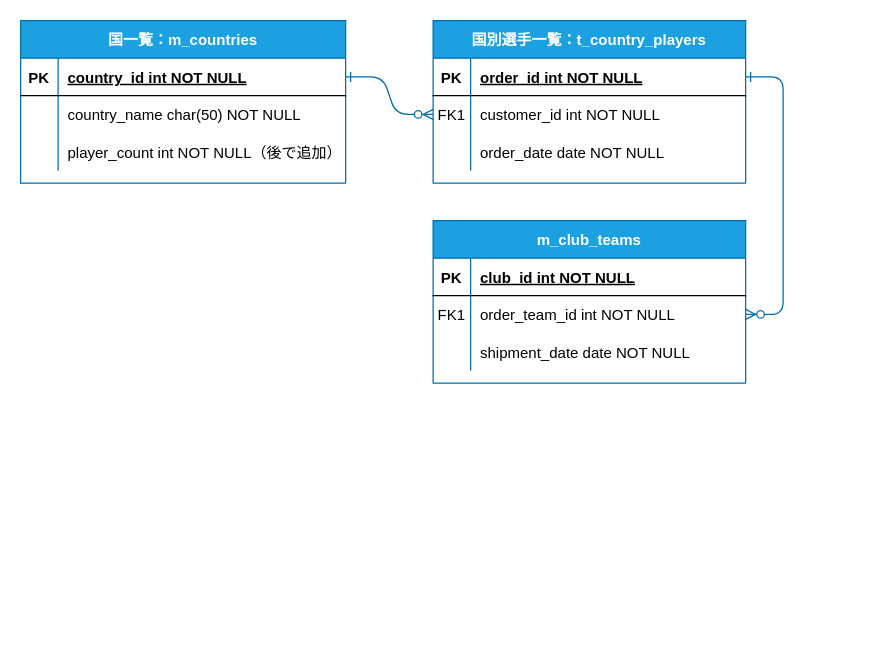
This is ER図.dio from n-masayoshi/laravel_crud, a draw.io file, before an edit. Source tidied: cells renumbered, new cells numbered last; positions are measured from the earlier drawing's top-left corner, leaving out a move shared by most shapes. Both pictures are drawn from the tidied source at 125%, with x=0, y=0 at pixel (20, 20).
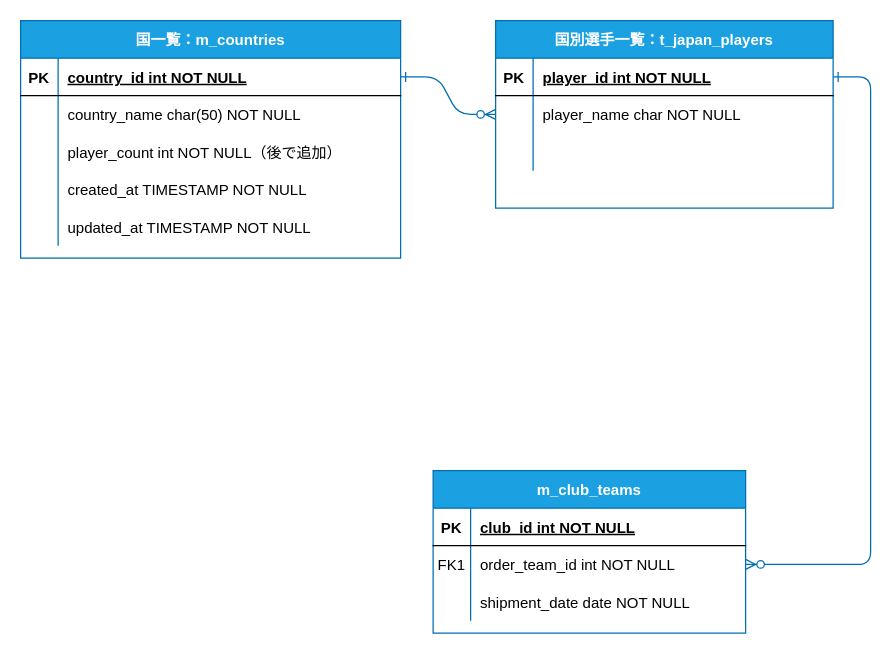
After the change.

Diff of the diagram source:
```diff
@@
-    <mxCell id="4" value="国別選手一覧：t_country_players" style="shape=table;startSize=30;childLayout=tableLayout;rowLines=0;fontStyle=1;align=center;fillColor=#1ba1e2;fontColor=#ffffff;strokeColor=#006EAF;" parent="1" vertex="1">
-      <mxGeometry x="330" width="250" height="130" as="geometry" />
+    <mxCell id="4" value="国別選手一覧：t_japan_players" style="shape=table;startSize=30;childLayout=tableLayout;rowLines=0;fontStyle=1;align=center;fillColor=#1ba1e2;fontColor=#ffffff;strokeColor=#006EAF;" parent="1" vertex="1">
+      <mxGeometry x="380" width="270" height="150" as="geometry" />
     </mxCell>
     <mxCell id="5" style="shape=partialRectangle;fillColor=none;points=[[0,0.5],[1,0.5]];portConstraint=eastwest;top=0;left=0;right=0;bottom=1;" parent="4" vertex="1">
-      <mxGeometry y="30" width="250" height="30" as="geometry" />
+      <mxGeometry y="30" width="270" height="30" as="geometry" />
     </mxCell>
@@
-    <mxCell id="7" value="order_id int NOT NULL " style="shape=partialRectangle;overflow=hidden;fillColor=none;top=0;left=0;bottom=0;right=0;align=left;spacingLeft=6;fontStyle=5;" parent="5" vertex="1">
-      <mxGeometry x="30" width="220" height="30" as="geometry" />
+    <mxCell id="7" value="player_id int NOT NULL " style="shape=partialRectangle;overflow=hidden;fillColor=none;top=0;left=0;bottom=0;right=0;align=left;spacingLeft=6;fontStyle=5;" parent="5" vertex="1">
+      <mxGeometry x="30" width="240" height="30" as="geometry" />
     </mxCell>
     <mxCell id="8" style="shape=partialRectangle;fillColor=none;points=[[0,0.5],[1,0.5]];portConstraint=eastwest;top=0;left=0;right=0;bottom=0;" parent="4" vertex="1">
-      <mxGeometry y="60" width="250" height="30" as="geometry" />
+      <mxGeometry y="60" width="270" height="30" as="geometry" />
     </mxCell>
-    <mxCell id="9" value="FK1" style="shape=partialRectangle;overflow=hidden;fillColor=none;top=0;left=0;bottom=0;right=0;" parent="8" vertex="1">
+    <mxCell id="9" style="shape=partialRectangle;overflow=hidden;fillColor=none;top=0;left=0;bottom=0;right=0;" parent="8" vertex="1">
       <mxGeometry width="30" height="30" as="geometry" />
     </mxCell>
-    <mxCell id="10" value="customer_id int NOT NULL" style="shape=partialRectangle;overflow=hidden;fillColor=none;top=0;left=0;bottom=0;right=0;align=left;spacingLeft=6;" parent="8" vertex="1">
-      <mxGeometry x="30" width="220" height="30" as="geometry" />
+    <mxCell id="10" value="player_name char NOT NULL" style="shape=partialRectangle;overflow=hidden;fillColor=none;top=0;left=0;bottom=0;right=0;align=left;spacingLeft=6;" parent="8" vertex="1">
+      <mxGeometry x="30" width="240" height="30" as="geometry" />
     </mxCell>
     <mxCell id="11" style="shape=partialRectangle;fillColor=none;top=0;left=0;right=0;bottom=0;" parent="4" vertex="1">
-      <mxGeometry y="90" width="250" height="30" as="geometry" />
+      <mxGeometry y="90" width="270" height="30" as="geometry" />
     </mxCell>
@@
-    <mxCell id="13" value="order_date date NOT NULL" style="shape=partialRectangle;overflow=hidden;fillColor=none;top=0;left=0;bottom=0;right=0;align=left;spacingLeft=6;" parent="11" vertex="1">
-      <mxGeometry x="30" width="220" height="30" as="geometry" />
+    <mxCell id="13" style="shape=partialRectangle;overflow=hidden;fillColor=none;top=0;left=0;bottom=0;right=0;align=left;spacingLeft=6;" parent="11" vertex="1">
+      <mxGeometry x="30" width="240" height="30" as="geometry" />
     </mxCell>
     <mxCell id="14" value="m_club_teams" style="shape=table;startSize=30;childLayout=tableLayout;rowLines=0;fontStyle=1;align=center;fillColor=#1ba1e2;fontColor=#ffffff;strokeColor=#006EAF;" parent="1" vertex="1">
-      <mxGeometry x="330" y="160" width="250" height="130" as="geometry" />
+      <mxGeometry x="330" y="360" width="250" height="130" as="geometry" />
     </mxCell>
@@
     <mxCell id="24" value="国一覧：m_countries" style="shape=table;startSize=30;childLayout=tableLayout;rowLines=0;fontStyle=1;align=center;fillColor=#1ba1e2;fontColor=#ffffff;strokeColor=#006EAF;" parent="1" vertex="1">
-      <mxGeometry width="260" height="130" as="geometry" />
+      <mxGeometry width="304" height="190" as="geometry" />
     </mxCell>
     <mxCell id="25" style="shape=partialRectangle;fillColor=none;points=[[0,0.5],[1,0.5]];portConstraint=eastwest;top=0;left=0;right=0;bottom=1;" parent="24" vertex="1">
-      <mxGeometry y="30" width="260" height="30" as="geometry" />
+      <mxGeometry y="30" width="304" height="30" as="geometry" />
     </mxCell>
@@
     <mxCell id="27" value="country_id int NOT NULL " style="shape=partialRectangle;overflow=hidden;fillColor=none;top=0;left=0;bottom=0;right=0;align=left;spacingLeft=6;fontStyle=5;" parent="25" vertex="1">
-      <mxGeometry x="30" width="230" height="30" as="geometry" />
+      <mxGeometry x="30" width="274" height="30" as="geometry" />
     </mxCell>
     <mxCell id="28" style="shape=partialRectangle;fillColor=none;top=0;left=0;right=0;bottom=0;" parent="24" vertex="1">
-      <mxGeometry y="60" width="260" height="30" as="geometry" />
+      <mxGeometry y="60" width="304" height="30" as="geometry" />
     </mxCell>
@@
     <mxCell id="30" value="country_name char(50) NOT NULL" style="shape=partialRectangle;overflow=hidden;fillColor=none;top=0;left=0;bottom=0;right=0;align=left;spacingLeft=6;" parent="28" vertex="1">
-      <mxGeometry x="30" width="230" height="30" as="geometry" />
+      <mxGeometry x="30" width="274" height="30" as="geometry" />
     </mxCell>
     <mxCell id="31" style="shape=partialRectangle;fillColor=none;top=0;left=0;right=0;bottom=0;" parent="24" vertex="1">
-      <mxGeometry y="90" width="260" height="30" as="geometry" />
+      <mxGeometry y="90" width="304" height="30" as="geometry" />
     </mxCell>
@@
     <mxCell id="33" value="player_count int NOT NULL（後で追加）" style="shape=partialRectangle;overflow=hidden;fillColor=none;top=0;left=0;bottom=0;right=0;align=left;spacingLeft=6;" parent="31" vertex="1">
-      <mxGeometry x="30" width="230" height="30" as="geometry" />
+      <mxGeometry x="30" width="274" height="30" as="geometry" />
     </mxCell>
+    <mxCell id="34" style="shape=partialRectangle;fillColor=none;top=0;left=0;right=0;bottom=0;" parent="24" vertex="1">
+      <mxGeometry y="120" width="304" height="30" as="geometry" />
+    </mxCell>
+    <mxCell id="35" style="shape=partialRectangle;overflow=hidden;fillColor=none;top=0;left=0;bottom=0;right=0;" parent="34" vertex="1">
+      <mxGeometry width="30" height="30" as="geometry" />
+    </mxCell>
+    <mxCell id="36" value="created_at TIMESTAMP NOT NULL" style="shape=partialRectangle;overflow=hidden;fillColor=none;top=0;left=0;bottom=0;right=0;align=left;spacingLeft=6;" parent="34" vertex="1">
+      <mxGeometry x="30" width="274" height="30" as="geometry" />
+    </mxCell>
+    <mxCell id="37" style="shape=partialRectangle;fillColor=none;top=0;left=0;right=0;bottom=0;" parent="24" vertex="1">
+      <mxGeometry y="150" width="304" height="30" as="geometry" />
+    </mxCell>
+    <mxCell id="38" style="shape=partialRectangle;overflow=hidden;fillColor=none;top=0;left=0;bottom=0;right=0;" parent="37" vertex="1">
+      <mxGeometry width="30" height="30" as="geometry" />
+    </mxCell>
+    <mxCell id="39" value="updated_at TIMESTAMP NOT NULL" style="shape=partialRectangle;overflow=hidden;fillColor=none;top=0;left=0;bottom=0;right=0;align=left;spacingLeft=6;" parent="37" vertex="1">
+      <mxGeometry x="30" width="274" height="30" as="geometry" />
+    </mxCell>
```
